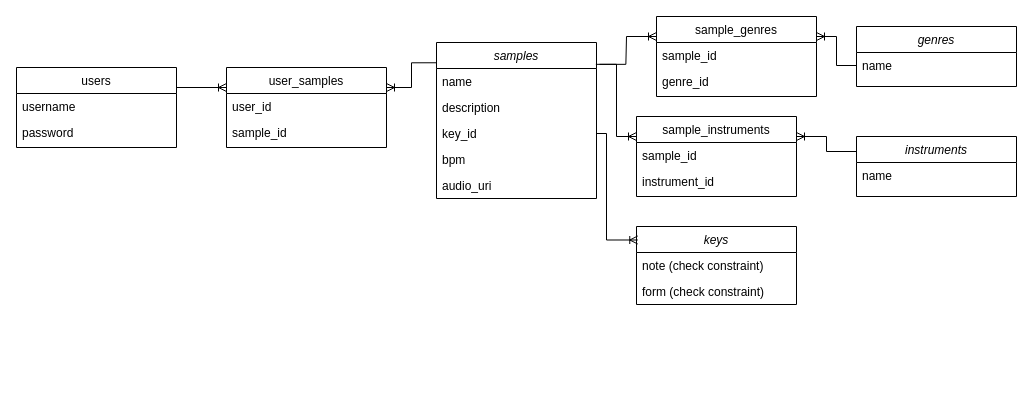
The draw.io diagram flippy-db.drawio in jorsanchezch/flippy, before the edit. Source tidied: cells renumbered, new cells numbered last; positions are measured from the earlier drawing's top-left corner, leaving out a move shared by most shapes. Both pictures are drawn from the tidied source at 100%, with x=0, y=0 at pixel (16, 16).
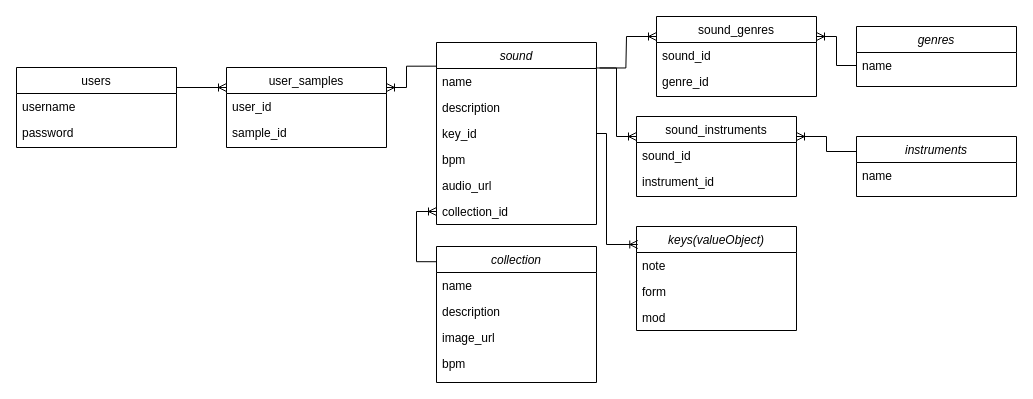
The same diagram, later.

Commit message (it also covers changes not shown here):
Added collection entity

The change refers to these unchanged cells:
```xml
<mxCell id="5" value="key_id" style="text;align=left;verticalAlign=top;spacingLeft=4;spacingRight=4;overflow=hidden;points=[[0,0.5],[1,0.5]];portConstraint=eastwest;rounded=0;shadow=0;html=0;" parent="2" vertex="1">
  <mxGeometry y="78" width="160" height="26" as="geometry" />
</mxCell>
<mxCell id="18" value="user_samples" style="swimlane;fontStyle=0;align=center;verticalAlign=top;horizontal=1;startSize=26;rounded=0;shadow=0;strokeWidth=1;" parent="1" vertex="1">
  <mxGeometry x="210" y="51" width="160" height="80" as="geometry" />
</mxCell>
```

Diff of the diagram source:
```diff
@@
-    <mxCell id="2" value="samples" style="swimlane;fontStyle=2;align=center;verticalAlign=top;horizontal=1;startSize=26;rounded=0;shadow=0;strokeWidth=1;" parent="1" vertex="1">
-      <mxGeometry x="420" y="26" width="160" height="156" as="geometry" />
+    <mxCell id="2" value="sound" style="swimlane;fontStyle=2;align=center;verticalAlign=top;horizontal=1;startSize=26;rounded=0;shadow=0;strokeWidth=1;" parent="1" vertex="1">
+      <mxGeometry x="420" y="26" width="160" height="182" as="geometry" />
     </mxCell>
@@
-    <mxCell id="7" value="audio_uri&#10;" style="text;align=left;verticalAlign=top;spacingLeft=4;spacingRight=4;overflow=hidden;rounded=0;shadow=0;html=0;" parent="2" vertex="1">
+    <mxCell id="7" value="audio_url&#10;" style="text;align=left;verticalAlign=top;spacingLeft=4;spacingRight=4;overflow=hidden;rounded=0;shadow=0;html=0;" parent="2" vertex="1">
       <mxGeometry y="130" width="160" height="26" as="geometry" />
     </mxCell>
+    <mxCell id="34" value="collection_id" style="text;align=left;verticalAlign=top;spacingLeft=4;spacingRight=4;overflow=hidden;points=[[0,0.5],[1,0.5]];portConstraint=eastwest;rounded=0;shadow=0;html=0;" parent="2" vertex="1">
+      <mxGeometry y="156" width="160" height="26" as="geometry" />
+    </mxCell>
-    <mxCell id="8" value="sample_genres" style="swimlane;fontStyle=0;align=center;verticalAlign=top;horizontal=1;startSize=26;rounded=0;shadow=0;strokeWidth=1;" parent="1" vertex="1">
+    <mxCell id="8" value="sound_genres" style="swimlane;fontStyle=0;align=center;verticalAlign=top;horizontal=1;startSize=26;rounded=0;shadow=0;strokeWidth=1;" parent="1" vertex="1">
       <mxGeometry x="640" width="160" height="80" as="geometry" />
     </mxCell>
-    <mxCell id="9" value="sample_id" style="text;align=left;verticalAlign=top;spacingLeft=4;spacingRight=4;overflow=hidden;" parent="8" vertex="1">
+    <mxCell id="9" value="sound_id" style="text;align=left;verticalAlign=top;spacingLeft=4;spacingRight=4;overflow=hidden;" parent="8" vertex="1">
       <mxGeometry y="26" width="160" height="26" as="geometry" />
     </mxCell>
@@
-    <mxCell id="15" value="sample_instruments" style="swimlane;fontStyle=0;align=center;verticalAlign=top;horizontal=1;startSize=26;rounded=0;shadow=0;strokeWidth=1;" parent="1" vertex="1">
+    <mxCell id="15" value="sound_instruments" style="swimlane;fontStyle=0;align=center;verticalAlign=top;horizontal=1;startSize=26;rounded=0;shadow=0;strokeWidth=1;" parent="1" vertex="1">
       <mxGeometry x="620" y="100" width="160" height="80" as="geometry" />
     </mxCell>
-    <mxCell id="16" value="sample_id" style="text;align=left;verticalAlign=top;spacingLeft=4;spacingRight=4;overflow=hidden;" parent="15" vertex="1">
+    <mxCell id="16" value="sound_id" style="text;align=left;verticalAlign=top;spacingLeft=4;spacingRight=4;overflow=hidden;" parent="15" vertex="1">
       <mxGeometry y="26" width="160" height="26" as="geometry" />
     </mxCell>
@@
     <mxCell id="29" style="edgeStyle=orthogonalEdgeStyle;fontSize=12;html=1;endArrow=ERoneToMany;rounded=0;exitX=-0.001;exitY=0.13;exitDx=0;exitDy=0;exitPerimeter=0;entryX=1;entryY=0.25;entryDx=0;entryDy=0;" parent="1" edge="1" source="2" target="18">
-      <mxGeometry relative="1" as="geometry" />
+      <mxGeometry relative="1" as="geometry">
+        <Array as="points">
+          <mxPoint x="390" y="50" />
+          <mxPoint x="390" y="71" />
+        </Array>
+      </mxGeometry>
     </mxCell>
-    <mxCell id="30" value="keys" style="swimlane;fontStyle=2;align=center;verticalAlign=top;horizontal=1;startSize=26;rounded=0;shadow=0;strokeWidth=1;" parent="1" vertex="1">
-      <mxGeometry x="620" y="210" width="160" height="78" as="geometry" />
+    <mxCell id="30" value="keys(valueObject)" style="swimlane;fontStyle=2;align=center;verticalAlign=top;horizontal=1;startSize=26;rounded=0;shadow=0;strokeWidth=1;" parent="1" vertex="1">
+      <mxGeometry x="620" y="210" width="160" height="104" as="geometry" />
     </mxCell>
-    <mxCell id="31" value="note (check constraint)" style="text;align=left;verticalAlign=top;spacingLeft=4;spacingRight=4;overflow=hidden;" parent="30" vertex="1">
+    <mxCell id="31" value="note" style="text;align=left;verticalAlign=top;spacingLeft=4;spacingRight=4;overflow=hidden;" parent="30" vertex="1">
       <mxGeometry y="26" width="160" height="26" as="geometry" />
     </mxCell>
-    <mxCell id="32" value="form (check constraint)" style="text;align=left;verticalAlign=top;spacingLeft=4;spacingRight=4;overflow=hidden;" parent="30" vertex="1">
+    <mxCell id="32" value="form" style="text;align=left;verticalAlign=top;spacingLeft=4;spacingRight=4;overflow=hidden;" parent="30" vertex="1">
       <mxGeometry y="52" width="160" height="26" as="geometry" />
     </mxCell>
+    <mxCell id="35" value="mod" style="text;align=left;verticalAlign=top;spacingLeft=4;spacingRight=4;overflow=hidden;" parent="30" vertex="1">
+      <mxGeometry y="78" width="160" height="26" as="geometry" />
+    </mxCell>
     <mxCell id="33" style="edgeStyle=orthogonalEdgeStyle;fontSize=12;html=1;endArrow=ERoneToMany;rounded=0;entryX=0.008;entryY=0.173;entryDx=0;entryDy=0;entryPerimeter=0;exitX=1;exitY=0.5;exitDx=0;exitDy=0;" parent="1" edge="1" source="5" target="30">
       <mxGeometry relative="1" as="geometry">
         <Array as="points">
           <mxPoint x="590" y="117" />
-          <mxPoint x="590" y="224" />
+          <mxPoint x="590" y="228" />
         </Array>
       </mxGeometry>
     </mxCell>
+    <mxCell id="36" value="collection" style="swimlane;fontStyle=2;align=center;verticalAlign=top;horizontal=1;startSize=26;rounded=0;shadow=0;strokeWidth=1;" parent="1" vertex="1">
+      <mxGeometry x="420" y="230" width="160" height="136" as="geometry" />
+    </mxCell>
+    <mxCell id="37" value="name" style="text;align=left;verticalAlign=top;spacingLeft=4;spacingRight=4;overflow=hidden;" parent="36" vertex="1">
+      <mxGeometry y="26" width="160" height="26" as="geometry" />
+    </mxCell>
+    <mxCell id="38" value="description" style="text;align=left;verticalAlign=top;spacingLeft=4;spacingRight=4;overflow=hidden;rounded=0;shadow=0;html=0;" parent="36" vertex="1">
+      <mxGeometry y="52" width="160" height="26" as="geometry" />
+    </mxCell>
+    <mxCell id="39" value="image_url" style="text;align=left;verticalAlign=top;spacingLeft=4;spacingRight=4;overflow=hidden;rounded=0;shadow=0;html=0;" parent="36" vertex="1">
+      <mxGeometry y="78" width="160" height="26" as="geometry" />
+    </mxCell>
+    <mxCell id="40" value="bpm" style="text;align=left;verticalAlign=top;spacingLeft=4;spacingRight=4;overflow=hidden;rounded=0;shadow=0;html=0;" parent="36" vertex="1">
+      <mxGeometry y="104" width="160" height="26" as="geometry" />
+    </mxCell>
+    <mxCell id="41" style="edgeStyle=orthogonalEdgeStyle;fontSize=12;html=1;endArrow=ERoneToMany;rounded=0;exitX=0.001;exitY=0.112;exitDx=0;exitDy=0;exitPerimeter=0;entryX=0;entryY=0.5;entryDx=0;entryDy=0;" parent="1" edge="1" source="36" target="34">
+      <mxGeometry relative="1" as="geometry">
+        <Array as="points">
+          <mxPoint x="400" y="245" />
+          <mxPoint x="400" y="195" />
+        </Array>
+      </mxGeometry>
+    </mxCell>
```
